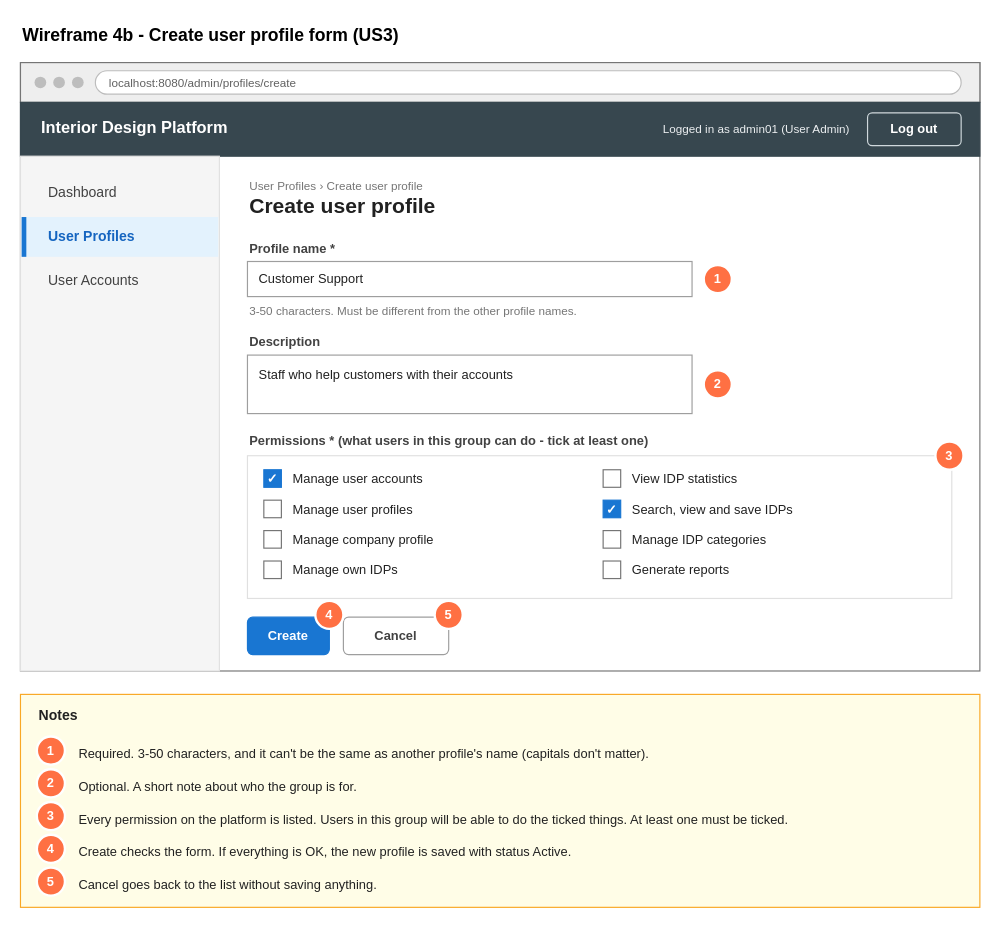
Earlier version of the draw.io diagram page "4b Wireframe - Create user profile form" (3 of 7) of Sprint_1/US3 - Create user profile/US3 Create user profile.drawio (Hanzxc/CSIT314-ARCHSS). Source tidied: cells renumbered, new cells numbered last; positions are measured from the earlier drawing's top-left corner, leaving out a move shared by most shapes. Both pictures are drawn from the tidied source at 117%, with x=0, y=0 at pixel (20, 20).
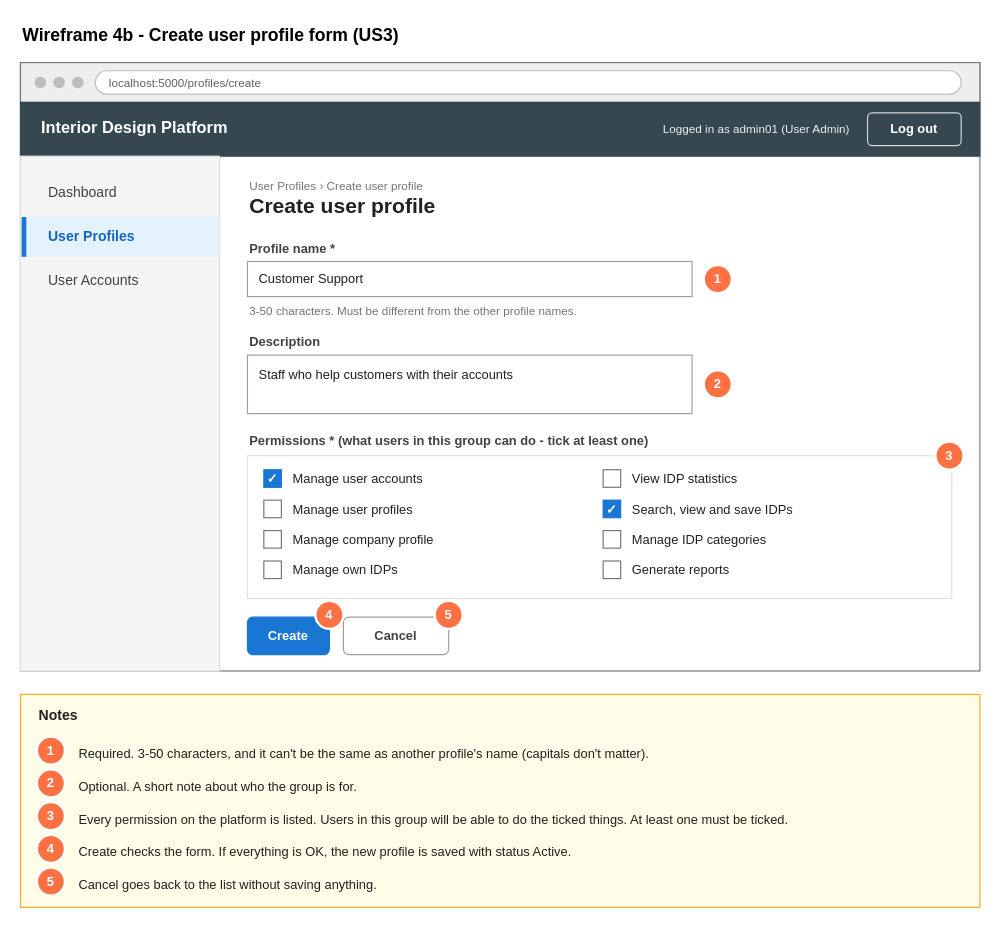
Above is the later version.

The edit, as a diff of the source:
```diff
@@
-    <mxCell id="8" value="localhost:8080/admin/profiles/create" style="rounded=1;whiteSpace=wrap;html=1;fillColor=#FFFFFF;strokeColor=#BDBDBD;fontSize=10;fontColor=#616161;align=left;spacingLeft=10;arcSize=50;" parent="1" vertex="1">
+    <mxCell id="8" value="localhost:5000/profiles/create" style="rounded=1;whiteSpace=wrap;html=1;fillColor=#FFFFFF;strokeColor=#BDBDBD;fontSize=10;fontColor=#616161;align=left;spacingLeft=10;arcSize=50;" parent="1" vertex="1">
       <mxGeometry x="64" y="43" width="740" height="20" as="geometry" />
     </mxCell>
```
